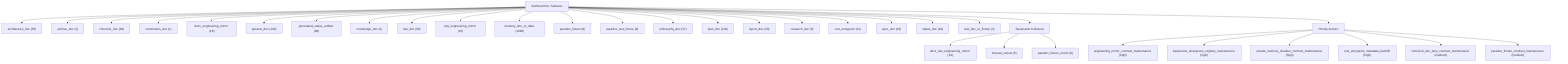
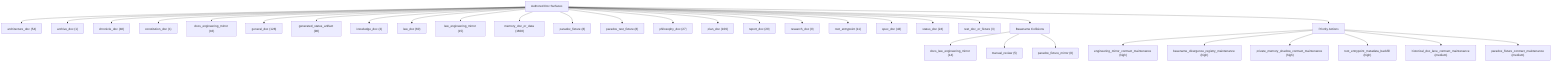
graph TD
    root["Authored Doc Surfaces"]
-     category_architecture_doc["architecture_doc (55)"]
+     category_architecture_doc["architecture_doc (54)"]
    root --> category_architecture_doc
    category_archive_doc["archive_doc (1)"]
    root --> category_archive_doc
    category_chronicle_doc["chronicle_doc (48)"]
    root --> category_chronicle_doc
    category_constitution_doc["constitution_doc (1)"]
    root --> category_constitution_doc
    category_docs_engineering_mirror["docs_engineering_mirror (16)"]
    root --> category_docs_engineering_mirror
    category_general_doc["general_doc (128)"]
    root --> category_general_doc
    category_generated_status_artifact["generated_status_artifact (98)"]
    root --> category_generated_status_artifact
    category_knowledge_doc["knowledge_doc (2)"]
    root --> category_knowledge_doc
    category_law_doc["law_doc (60)"]
    root --> category_law_doc
    category_law_engineering_mirror["law_engineering_mirror (15)"]
    root --> category_law_engineering_mirror
    category_memory_doc_or_data["memory_doc_or_data (1608)"]
    root --> category_memory_doc_or_data
    category_paradox_fixture["paradox_fixture (8)"]
    root --> category_paradox_fixture
    category_paradox_test_fixture["paradox_test_fixture (8)"]
    root --> category_paradox_test_fixture
    category_philosophy_doc["philosophy_doc (27)"]
    root --> category_philosophy_doc
-     category_plan_doc["plan_doc (116)"]
+     category_plan_doc["plan_doc (109)"]
    root --> category_plan_doc
    category_report_doc["report_doc (29)"]
    root --> category_report_doc
    category_research_doc["research_doc (9)"]
    root --> category_research_doc
    category_root_entrypoint["root_entrypoint (11)"]
    root --> category_root_entrypoint
    category_spec_doc["spec_doc (43)"]
    root --> category_spec_doc
    category_status_doc["status_doc (24)"]
    root --> category_status_doc
    category_test_doc_or_fixture["test_doc_or_fixture (3)"]
    root --> category_test_doc_or_fixture
    collisions["Basename Collisions"]
    root --> collisions
    family_docs_law_engineering_mirror["docs_law_engineering_mirror (14)"]
    collisions --> family_docs_law_engineering_mirror
    family_manual_review["manual_review (5)"]
    collisions --> family_manual_review
    family_paradox_fixture_mirror["paradox_fixture_mirror (8)"]
    collisions --> family_paradox_fixture_mirror
    priorities["Priority Actions"]
    root --> priorities
    priority_engineering_mirror_contract_maintenance["engineering_mirror_contract_maintenance (high)"]
    priorities --> priority_engineering_mirror_contract_maintenance
    priority_basename_divergence_registry_maintenance["basename_divergence_registry_maintenance (high)"]
    priorities --> priority_basename_divergence_registry_maintenance
    priority_private_memory_shadow_contract_maintenance["private_memory_shadow_contract_maintenance (high)"]
    priorities --> priority_private_memory_shadow_contract_maintenance
    priority_root_entrypoint_metadata_backfill["root_entrypoint_metadata_backfill (high)"]
    priorities --> priority_root_entrypoint_metadata_backfill
    priority_historical_doc_lane_contract_maintenance["historical_doc_lane_contract_maintenance (medium)"]
    priorities --> priority_historical_doc_lane_contract_maintenance
    priority_paradox_fixture_contract_maintenance["paradox_fixture_contract_maintenance (medium)"]
    priorities --> priority_paradox_fixture_contract_maintenance
